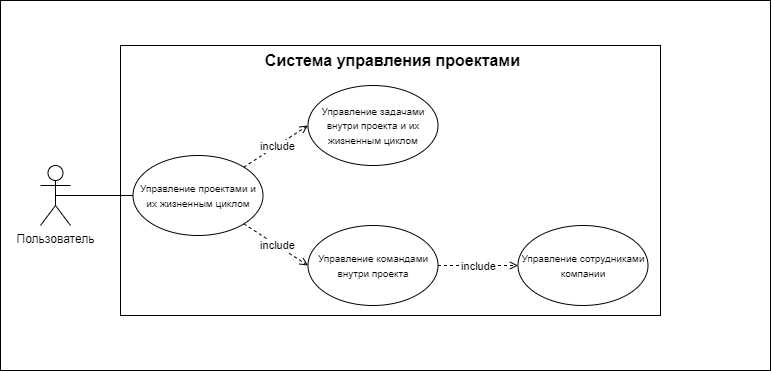
This is doc/arch/use-case/use case diagram.png from PavelNaymovets/project_management_system, a draw.io export, as it was before one commit. Source tidied: cells renumbered, new cells last; positions are measured from the earlier drawing's top-left corner, leaving out a move shared by most shapes.
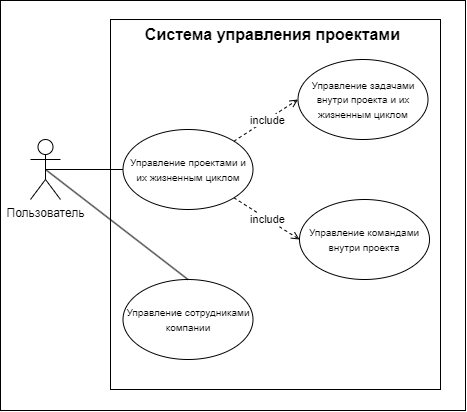
Above is the later version.

The edit, as a diff of the source:
```diff
@@ -1,21 +1,21 @@
-<mxGraphModel>
+<mxGraphModel background="#ffffff">
   <root>
     <mxCell id="0" />
     <mxCell id="1" parent="0" />
-    <mxCell id="2" style="rounded=0;whiteSpace=wrap;html=1;" parent="1" vertex="1">
-      <mxGeometry width="770" height="370" as="geometry" />
-    </mxCell>
+    <mxCell id="17" style="whiteSpace=wrap;html=1;" parent="1" vertex="1">
+      <mxGeometry x="10" y="26" width="465" height="410" as="geometry" />
+    </mxCell>
     <mxCell id="3" value="Пользователь" style="shape=umlActor;verticalLabelPosition=bottom;verticalAlign=top;html=1;outlineConnect=0;" parent="1" vertex="1">
       <mxGeometry x="40" y="165" width="30" height="60" as="geometry" />
     </mxCell>
     <mxCell id="4" style="whiteSpace=wrap;html=1;" parent="1" vertex="1">
-      <mxGeometry x="120" y="45" width="540" height="270" as="geometry" />
+      <mxGeometry x="120" y="45" width="330" height="370" as="geometry" />
     </mxCell>
     <mxCell id="5" value="&lt;font style=&quot;font-size: 10px;&quot;&gt;Управление сотрудниками компании&lt;/font&gt;" style="ellipse;whiteSpace=wrap;html=1;" parent="1" vertex="1">
-      <mxGeometry x="517.5" y="225" width="130" height="80" as="geometry" />
+      <mxGeometry x="132.5" y="305" width="130" height="80" as="geometry" />
     </mxCell>
     <mxCell id="6" value="&lt;pre style=&quot;&quot;&gt;&lt;span style=&quot;background-color: rgb(255, 255, 255);&quot;&gt;&lt;font style=&quot;font-size: 16px;&quot; face=&quot;Helvetica&quot;&gt;&lt;b&gt;Система управления проектами&lt;/b&gt;&lt;/font&gt;&lt;/span&gt;&lt;/pre&gt;" style="text;html=1;strokeColor=none;fillColor=none;align=center;verticalAlign=middle;whiteSpace=wrap;rounded=0;" parent="1" vertex="1">
-      <mxGeometry x="257.9" y="45" width="269.2" height="30" as="geometry" />
+      <mxGeometry x="148.4" y="45" width="269.2" height="30" as="geometry" />
     </mxCell>
     <mxCell id="7" value="&lt;font style=&quot;font-size: 10px;&quot;&gt;Управление проектами и их жизненным циклом&lt;/font&gt;" style="ellipse;whiteSpace=wrap;html=1;" parent="1" vertex="1">
       <mxGeometry x="132.5" y="155" width="130" height="80" as="geometry" />
@@ -24,7 +24,7 @@
       <mxGeometry x="307.5" y="85" width="130" height="80" as="geometry" />
     </mxCell>
     <mxCell id="9" value="&lt;font style=&quot;font-size: 10px;&quot;&gt;Управление командами внутри проекта&lt;/font&gt;" style="ellipse;whiteSpace=wrap;html=1;" parent="1" vertex="1">
-      <mxGeometry x="307.5" y="225" width="130" height="80" as="geometry" />
+      <mxGeometry x="309" y="225" width="130" height="80" as="geometry" />
     </mxCell>
     <mxCell id="10" style="endArrow=open;html=1;rounded=0;dashed=1;endFill=0;exitX=1;exitY=1;exitDx=0;exitDy=0;entryX=0;entryY=0.5;entryDx=0;entryDy=0;" parent="1" edge="1" source="7" target="9">
       <mxGeometry relative="1" as="geometry" />
@@ -38,14 +38,11 @@
     <mxCell id="13" value="include" style="edgeLabel;html=1;align=center;verticalAlign=middle;" parent="12" vertex="1">
       <mxGeometry relative="1" as="geometry" />
     </mxCell>
-    <mxCell id="14" style="endArrow=open;html=1;rounded=0;dashed=1;endFill=0;exitX=1;exitY=0.5;exitDx=0;exitDy=0;entryX=0;entryY=0.5;entryDx=0;entryDy=0;" parent="1" edge="1" source="9" target="5">
-      <mxGeometry relative="1" as="geometry" />
-    </mxCell>
-    <mxCell id="15" value="include" style="edgeLabel;html=1;align=center;verticalAlign=middle;" parent="14" vertex="1">
-      <mxGeometry relative="1" as="geometry" />
-    </mxCell>
     <mxCell id="16" style="edgeStyle=orthogonalEdgeStyle;rounded=0;jettySize=auto;html=1;exitX=0.5;exitY=0.5;exitDx=0;exitDy=0;exitPerimeter=0;entryX=0;entryY=0.5;entryDx=0;entryDy=0;endArrow=none;endFill=0;" parent="1" edge="1" source="3" target="7">
       <mxGeometry relative="1" as="geometry" />
     </mxCell>
+    <mxCell id="18" style="rounded=0;jettySize=auto;html=1;exitX=0.5;exitY=0.5;exitDx=0;exitDy=0;exitPerimeter=0;entryX=0.5;entryY=0;entryDx=0;entryDy=0;endArrow=none;endFill=0;" parent="1" edge="1" source="3" target="5">
+      <mxGeometry relative="1" as="geometry" />
+    </mxCell>
   </root>
 </mxGraphModel>
```
